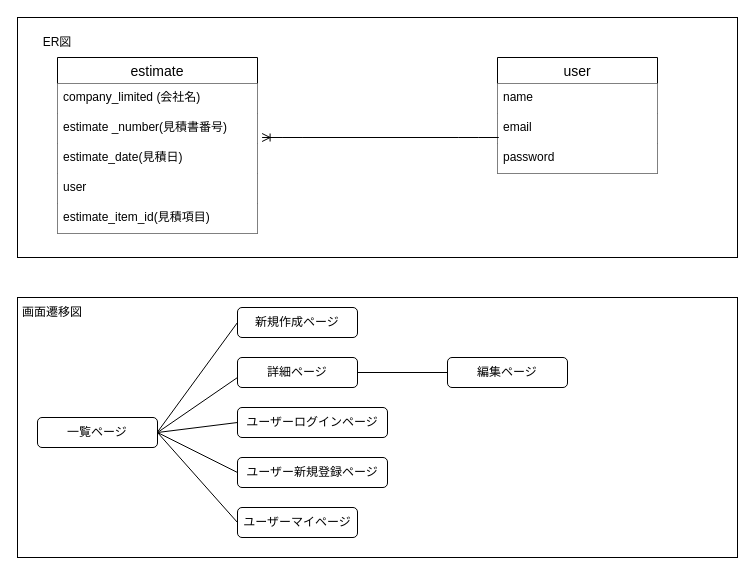
Earlier version of the draw.io diagram ER.dio (upamaru0104/estimate). Source tidied: cells renumbered, new cells numbered last; positions are measured from the earlier drawing's top-left corner, leaving out a move shared by most shapes. Both pictures are drawn from the tidied source at 100%, with x=0, y=0 at pixel (17, 17).
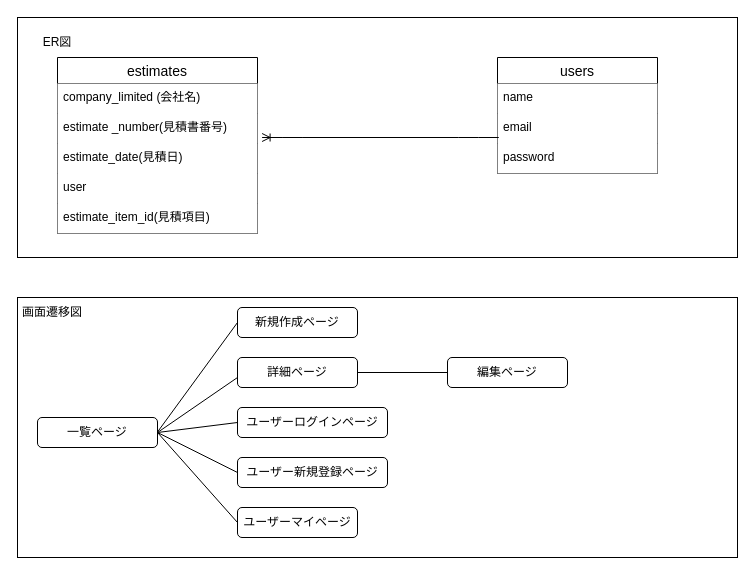
After the change.

What changed in the source:
```diff
@@
-    <mxCell id="3" value="estimate" style="swimlane;fontStyle=0;horizontal=1;startSize=26;align=center;fontSize=14;fillColor=#FFFFFF;" parent="1" vertex="1">
+    <mxCell id="3" value="estimates" style="swimlane;fontStyle=0;horizontal=1;startSize=26;align=center;fontSize=14;fillColor=#FFFFFF;" parent="1" vertex="1">
       <mxGeometry x="40" y="40" width="200" height="176" as="geometry" />
     </mxCell>
@@
-    <mxCell id="9" value="user" style="swimlane;fontStyle=0;horizontal=1;startSize=26;align=center;fontSize=14;fillColor=#FFFFFF;" parent="1" vertex="1">
+    <mxCell id="9" value="users" style="swimlane;fontStyle=0;horizontal=1;startSize=26;align=center;fontSize=14;fillColor=#FFFFFF;" parent="1" vertex="1">
       <mxGeometry x="480" y="40" width="160" height="116" as="geometry" />
     </mxCell>
```
